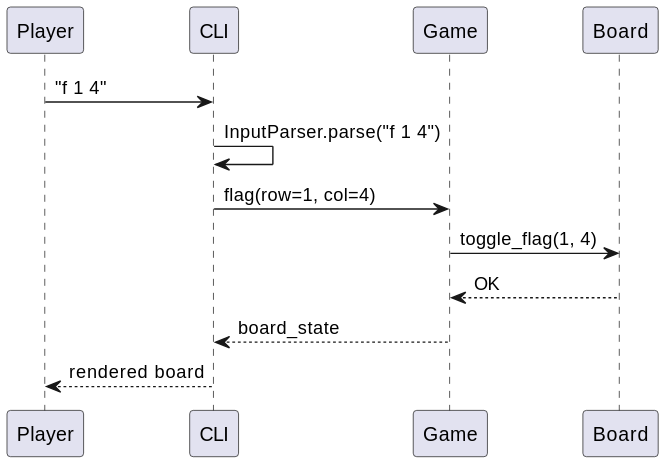
Earlier version of the PlantUML export docs/architecture/diagrams/seq-flag-cell.svg (ktzjana/sdp-powered-by-ai-agents-jana-petrovic). Its diagram source:
```plantuml
@startuml
participant Player
participant CLI
participant Game
participant Board

Player -> CLI : "f 1 4"
CLI -> CLI : InputParser.parse("f 1 4")
CLI -> Game : flag(row=1, col=4)
Game -> Board : toggle_flag(1, 4)
Board --> Game : OK
Game --> CLI : board_state
CLI --> Player : rendered board
@enduml
```
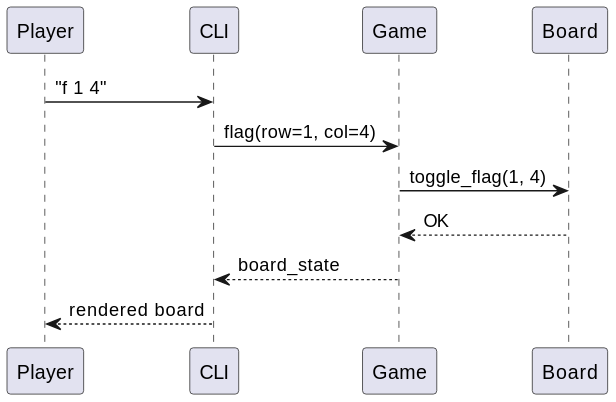
Later version of the same file.

What changed in the source:
```diff
@@ -5,7 +5,6 @@
 participant Board
 
 Player -> CLI : "f 1 4"
-CLI -> CLI : InputParser.parse("f 1 4")
 CLI -> Game : flag(row=1, col=4)
 Game -> Board : toggle_flag(1, 4)
 Board --> Game : OK
```
